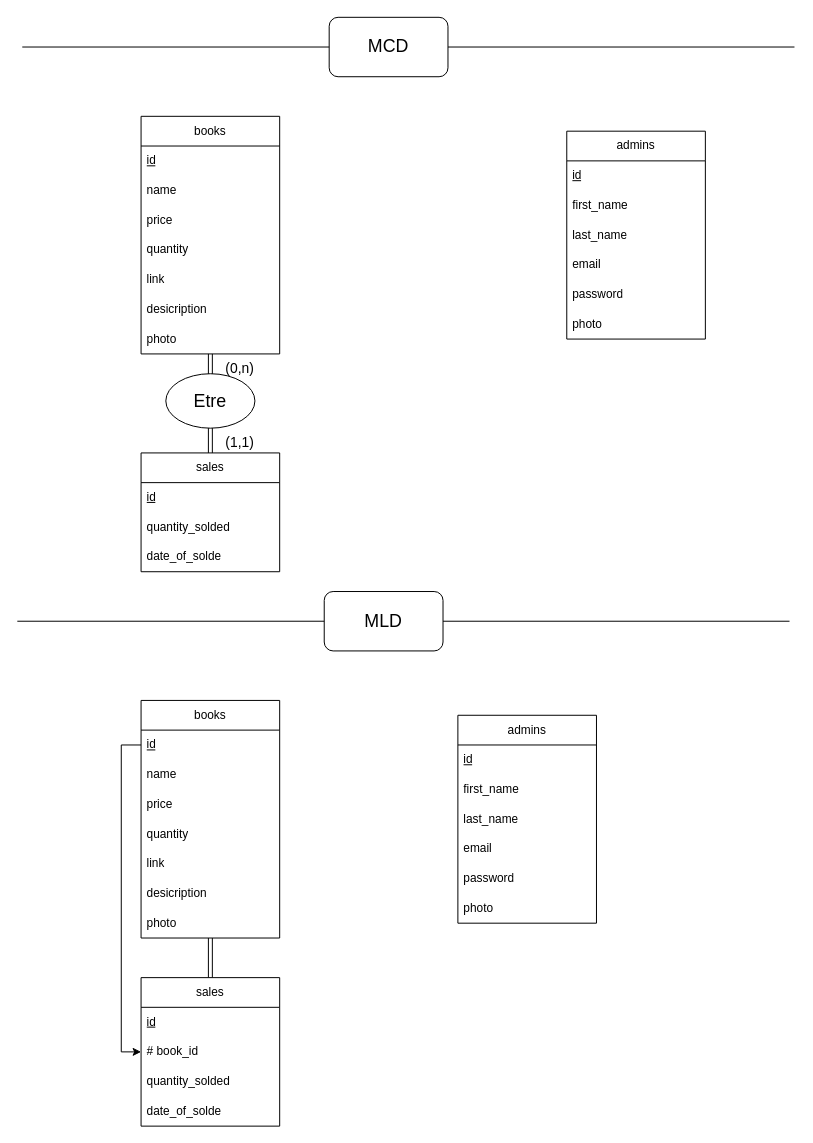
Earlier version of the draw.io diagram merise(MCD,MLD).drawio (Karim-elaoumari/Online_library_management_system_admin). Source tidied: cells renumbered, new cells numbered last; positions are measured from the earlier drawing's top-left corner, leaving out a move shared by most shapes. Both pictures are drawn from the tidied source at 99%, with x=0, y=0 at pixel (17, 17).
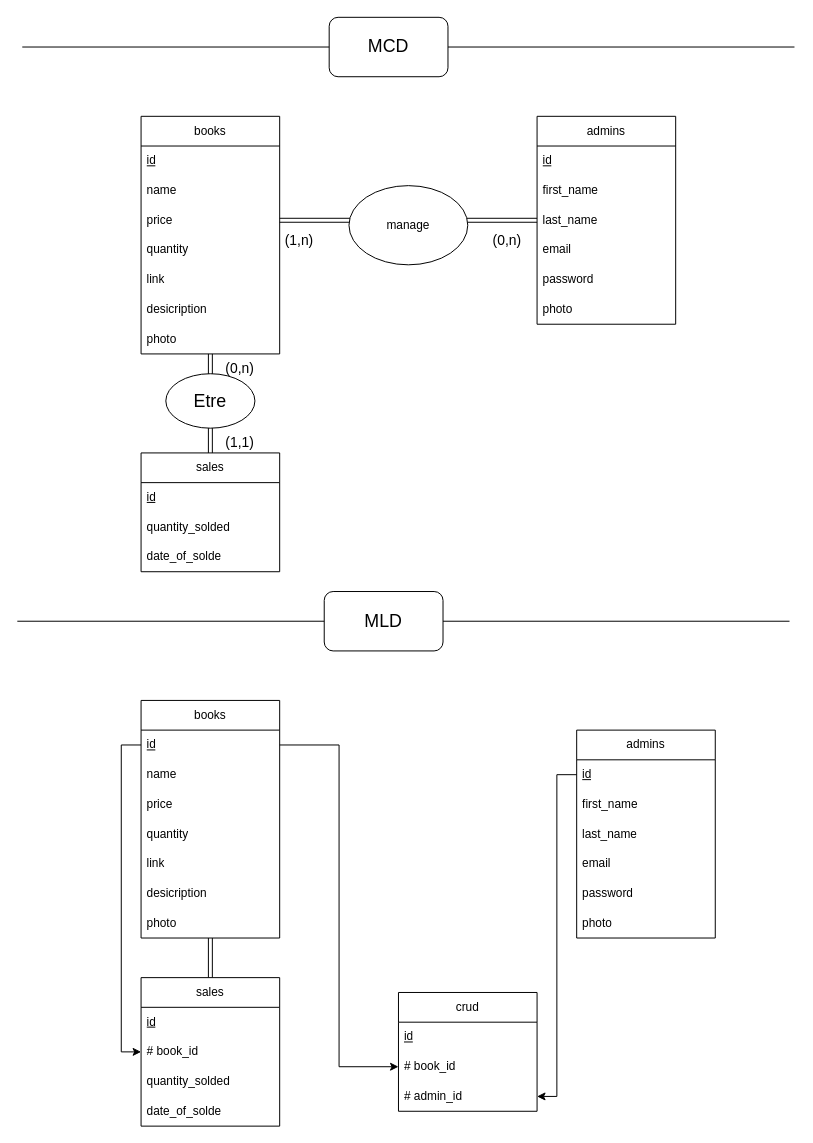
Above is the later version.

Unchanged cells that the change refers to:
```xml
<mxCell id="5" value="last_name" style="text;strokeColor=none;fillColor=none;align=left;verticalAlign=middle;spacingLeft=4;spacingRight=4;overflow=hidden;points=[[0,0.5],[1,0.5]];portConstraint=eastwest;whiteSpace=wrap;html=1;" parent="2" vertex="1">
  <mxGeometry y="90" width="140" height="30" as="geometry" />
</mxCell>
<mxCell id="22" value="price" style="text;strokeColor=none;fillColor=none;align=left;verticalAlign=middle;spacingLeft=4;spacingRight=4;overflow=hidden;points=[[0,0.5],[1,0.5]];portConstraint=eastwest;whiteSpace=wrap;html=1;" parent="19" vertex="1">
  <mxGeometry y="90" width="140" height="30" as="geometry" />
</mxCell>
<mxCell id="32" value="&lt;u&gt;id&lt;/u&gt;" style="text;strokeColor=none;fillColor=none;align=left;verticalAlign=middle;spacingLeft=4;spacingRight=4;overflow=hidden;points=[[0,0.5],[1,0.5]];portConstraint=eastwest;whiteSpace=wrap;html=1;" parent="31" vertex="1">
  <mxGeometry y="30" width="140" height="30" as="geometry" />
</mxCell>
<mxCell id="40" value="&lt;u&gt;id&lt;/u&gt;" style="text;strokeColor=none;fillColor=none;align=left;verticalAlign=middle;spacingLeft=4;spacingRight=4;overflow=hidden;points=[[0,0.5],[1,0.5]];portConstraint=eastwest;whiteSpace=wrap;html=1;" parent="39" vertex="1">
  <mxGeometry y="30" width="140" height="30" as="geometry" />
</mxCell>
```

Change to the diagram source:
```diff
@@
     <mxCell id="2" value="admins" style="swimlane;fontStyle=0;horizontal=1;startSize=30;whiteSpace=wrap;html=1;" parent="1" vertex="1">
-      <mxGeometry x="555" y="115" width="140" height="210" as="geometry" />
+      <mxGeometry x="525" y="100" width="140" height="210" as="geometry" />
     </mxCell>
@@
     <mxCell id="39" value="admins" style="swimlane;fontStyle=0;horizontal=1;startSize=30;whiteSpace=wrap;html=1;" parent="1" vertex="1">
-      <mxGeometry x="445" y="705" width="140" height="210" as="geometry" />
+      <mxGeometry x="565" y="720" width="140" height="210" as="geometry" />
     </mxCell>
@@
+    <mxCell id="52" style="edgeStyle=orthogonalEdgeStyle;shape=link;rounded=0;jettySize=auto;html=1;entryX=0;entryY=0.5;entryDx=0;entryDy=0;" parent="1" edge="1" source="22" target="5">
+      <mxGeometry relative="1" as="geometry" />
+    </mxCell>
+    <mxCell id="53" value="manage" style="ellipse;whiteSpace=wrap;html=1;" parent="1" vertex="1">
+      <mxGeometry x="335" y="170" width="120" height="80" as="geometry" />
+    </mxCell>
+    <mxCell id="54" value="(1,n)" style="text;html=1;strokeColor=none;fillColor=none;align=center;verticalAlign=middle;whiteSpace=wrap;rounded=0;fontSize=14;" parent="1" vertex="1">
+      <mxGeometry x="255" y="210" width="60" height="30" as="geometry" />
+    </mxCell>
+    <mxCell id="55" value="(0,n)" style="text;html=1;strokeColor=none;fillColor=none;align=center;verticalAlign=middle;whiteSpace=wrap;rounded=0;fontSize=14;" parent="1" vertex="1">
+      <mxGeometry x="465" y="210" width="60" height="30" as="geometry" />
+    </mxCell>
+    <mxCell id="56" value="crud" style="swimlane;fontStyle=0;horizontal=1;startSize=30;whiteSpace=wrap;html=1;" parent="1" vertex="1">
+      <mxGeometry x="385" y="985" width="140" height="120" as="geometry" />
+    </mxCell>
+    <mxCell id="57" value="&lt;u&gt;id&lt;/u&gt;" style="text;strokeColor=none;fillColor=none;align=left;verticalAlign=middle;spacingLeft=4;spacingRight=4;overflow=hidden;whiteSpace=wrap;html=1;" parent="56" vertex="1">
+      <mxGeometry y="30" width="140" height="30" as="geometry" />
+    </mxCell>
+    <mxCell id="58" value="# book_id" style="text;strokeColor=none;fillColor=none;align=left;verticalAlign=middle;spacingLeft=4;spacingRight=4;overflow=hidden;points=[[0,0.5],[1,0.5]];portConstraint=eastwest;whiteSpace=wrap;html=1;" parent="56" vertex="1">
+      <mxGeometry y="60" width="140" height="30" as="geometry" />
+    </mxCell>
+    <mxCell id="59" value="# admin_id" style="text;strokeColor=none;fillColor=none;align=left;verticalAlign=middle;spacingLeft=4;spacingRight=4;overflow=hidden;points=[[0,0.5],[1,0.5]];portConstraint=eastwest;whiteSpace=wrap;html=1;" parent="56" vertex="1">
+      <mxGeometry y="90" width="140" height="30" as="geometry" />
+    </mxCell>
+    <mxCell id="60" style="edgeStyle=orthogonalEdgeStyle;rounded=0;jettySize=auto;html=1;entryX=0;entryY=0.5;entryDx=0;entryDy=0;" parent="1" edge="1" source="32" target="58">
+      <mxGeometry relative="1" as="geometry" />
+    </mxCell>
+    <mxCell id="61" style="edgeStyle=orthogonalEdgeStyle;rounded=0;jettySize=auto;html=1;exitX=0;exitY=0.5;exitDx=0;exitDy=0;entryX=1;entryY=0.5;entryDx=0;entryDy=0;" parent="1" edge="1" source="40" target="59">
+      <mxGeometry relative="1" as="geometry" />
+    </mxCell>
```
